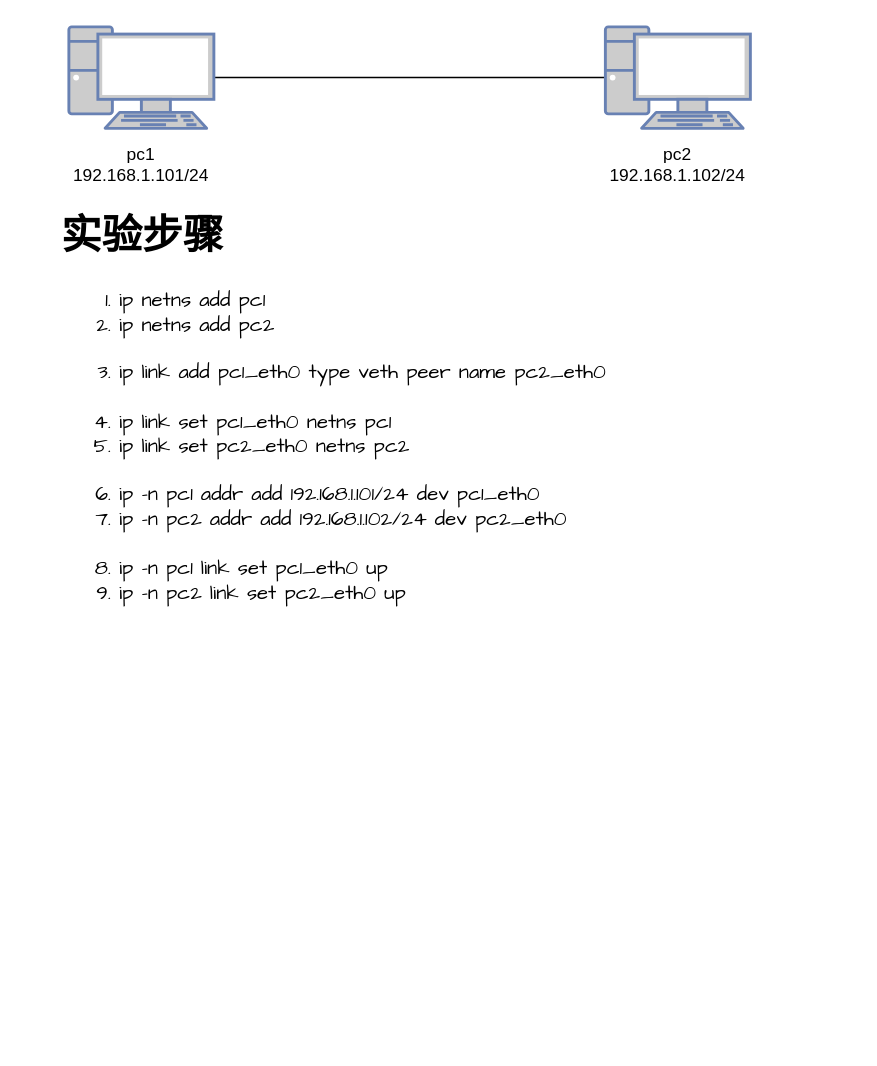
Before: page "direct" (10 of 15) of network_trainning.drawio in garryfan2013/network_trainning, a draw.io diagram. Source tidied: cells renumbered, new cells numbered last; positions are measured from the earlier drawing's top-left corner, leaving out a move shared by most shapes. Both pictures are drawn from the tidied source at 145%, with x=0, y=0 at pixel (54, 26).
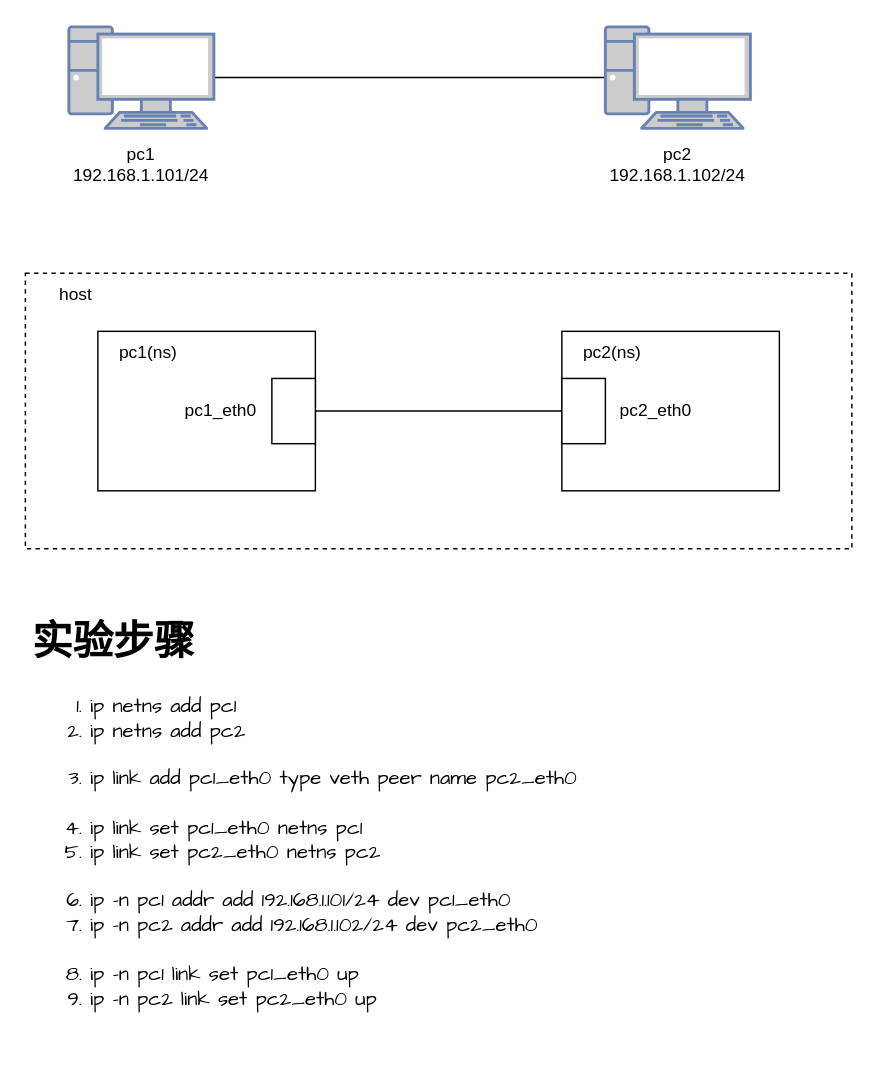
After the change.

The edit, as a diff of the source:
```diff
@@
 <mxGraphModel>
   <root>
     <mxCell id="0" />
     <mxCell id="1" parent="0" />
     <mxCell id="2" style="edgeStyle=entityRelationEdgeStyle;rounded=0;jettySize=auto;html=1;endArrow=none;endFill=0;" parent="1" edge="1" source="3" target="4">
       <mxGeometry relative="1" as="geometry" />
     </mxCell>
     <mxCell id="3" style="fontColor=#0066CC;verticalAlign=top;verticalLabelPosition=bottom;labelPosition=center;align=center;html=1;outlineConnect=0;fillColor=#CCCCCC;strokeColor=#6881B3;gradientColor=none;gradientDirection=north;strokeWidth=2;shape=mxgraph.networks.pc;" parent="1" vertex="1">
       <mxGeometry x="10" width="100" height="70" as="geometry" />
     </mxCell>
     <mxCell id="4" style="fontColor=#0066CC;verticalAlign=top;verticalLabelPosition=bottom;labelPosition=center;align=center;html=1;outlineConnect=0;fillColor=#CCCCCC;strokeColor=#6881B3;gradientColor=none;gradientDirection=north;strokeWidth=2;shape=mxgraph.networks.pc;" parent="1" vertex="1">
       <mxGeometry x="380" width="100" height="70" as="geometry" />
     </mxCell>
     <mxCell id="5" value="pc1&lt;br&gt;192.168.1.101/24" style="text;html=1;strokeColor=none;fillColor=none;align=center;verticalAlign=middle;whiteSpace=wrap;rounded=0;dashed=1;" parent="1" vertex="1">
       <mxGeometry y="80" width="120" height="30" as="geometry" />
     </mxCell>
     <mxCell id="6" value="pc2&lt;br&gt;192.168.1.102/24" style="text;html=1;strokeColor=none;fillColor=none;align=center;verticalAlign=middle;whiteSpace=wrap;rounded=0;dashed=1;" parent="1" vertex="1">
       <mxGeometry x="370" y="80" width="120" height="30" as="geometry" />
     </mxCell>
     <mxCell id="7" value="&lt;h1&gt;实验步骤&lt;/h1&gt;&lt;p&gt;&lt;/p&gt;&lt;ol&gt;&lt;li&gt;ip netns add pc1&lt;/li&gt;&lt;li&gt;ip netns add pc2&lt;br&gt;&lt;br&gt;&lt;/li&gt;&lt;li&gt;ip link add pc1_eth0 type veth peer name pc2_eth0&lt;br&gt;&lt;br&gt;&lt;/li&gt;&lt;li&gt;ip link set pc1_eth0 netns pc1&lt;/li&gt;&lt;li&gt;ip link set pc2_eth0 netns pc2&lt;br&gt;&lt;br&gt;&lt;/li&gt;&lt;li&gt;ip -n pc1 addr add 192.168.1.101/24 dev pc1_eth0&lt;/li&gt;&lt;li&gt;ip -n pc2 addr add 192.168.1.102/24 dev pc2_eth0&lt;br&gt;&lt;br&gt;&lt;/li&gt;&lt;li&gt;ip -n pc1 link set pc1_eth0 up&lt;/li&gt;&lt;li&gt;ip -n pc2 link set pc2_eth0 up&amp;nbsp;&lt;/li&gt;&lt;/ol&gt;&lt;p&gt;&lt;/p&gt;" style="text;html=1;strokeColor=none;fillColor=none;spacing=5;spacingTop=-20;whiteSpace=wrap;overflow=hidden;rounded=0;fontFamily=Comic Sans MS;fontSize=14;" parent="1" vertex="1">
-      <mxGeometry y="120" width="470" height="300" as="geometry" />
+      <mxGeometry x="-20" y="400" width="470" height="300" as="geometry" />
     </mxCell>
+    <mxCell id="8" style="group;" parent="1" vertex="1">
+      <mxGeometry x="-20" y="170" width="570" height="190" as="geometry" />
+    </mxCell>
+    <mxCell id="9" style="rounded=0;whiteSpace=wrap;html=1;fontFamily=Comic Sans MS;fontSize=14;fillColor=none;dashed=1;" parent="8" vertex="1">
+      <mxGeometry width="570" height="190" as="geometry" />
+    </mxCell>
+    <mxCell id="10" style="rounded=0;whiteSpace=wrap;html=1;fontFamily=Comic Sans MS;fontSize=14;" parent="8" vertex="1">
+      <mxGeometry x="50" y="40" width="150" height="110" as="geometry" />
+    </mxCell>
+    <mxCell id="11" style="rounded=0;whiteSpace=wrap;html=1;fontFamily=Comic Sans MS;fontSize=14;" parent="8" vertex="1">
+      <mxGeometry x="170" y="72.5" width="30" height="45" as="geometry" />
+    </mxCell>
+    <mxCell id="12" value="pc1_eth0" style="text;html=1;strokeColor=none;fillColor=none;align=center;verticalAlign=middle;whiteSpace=wrap;rounded=0;dashed=1;" parent="8" vertex="1">
+      <mxGeometry x="100" y="80" width="70" height="30" as="geometry" />
+    </mxCell>
+    <mxCell id="13" value="pc1(ns)" style="text;html=1;strokeColor=none;fillColor=none;align=center;verticalAlign=middle;whiteSpace=wrap;rounded=0;dashed=1;" parent="8" vertex="1">
+      <mxGeometry x="50" y="40" width="70" height="30" as="geometry" />
+    </mxCell>
+    <mxCell id="14" style="rounded=0;whiteSpace=wrap;html=1;fontFamily=Comic Sans MS;fontSize=14;" parent="8" vertex="1">
+      <mxGeometry x="370" y="40" width="150" height="110" as="geometry" />
+    </mxCell>
+    <mxCell id="15" style="rounded=0;whiteSpace=wrap;html=1;fontFamily=Comic Sans MS;fontSize=14;" parent="8" vertex="1">
+      <mxGeometry x="370" y="72.5" width="30" height="45" as="geometry" />
+    </mxCell>
+    <mxCell id="16" value="pc2_eth0" style="text;html=1;strokeColor=none;fillColor=none;align=center;verticalAlign=middle;whiteSpace=wrap;rounded=0;dashed=1;" parent="8" vertex="1">
+      <mxGeometry x="400" y="80" width="70" height="30" as="geometry" />
+    </mxCell>
+    <mxCell id="17" value="pc2(ns)" style="text;html=1;strokeColor=none;fillColor=none;align=center;verticalAlign=middle;whiteSpace=wrap;rounded=0;dashed=1;" parent="8" vertex="1">
+      <mxGeometry x="370" y="40" width="70" height="30" as="geometry" />
+    </mxCell>
+    <mxCell id="18" style="endArrow=none;html=1;rounded=0;fontFamily=Comic Sans MS;fontSize=14;exitX=1;exitY=0.5;exitDx=0;exitDy=0;entryX=0;entryY=0.5;entryDx=0;entryDy=0;" parent="8" edge="1" source="11" target="15">
+      <mxGeometry relative="1" as="geometry" />
+    </mxCell>
+    <mxCell id="19" value="host" style="text;html=1;strokeColor=none;fillColor=none;align=center;verticalAlign=middle;whiteSpace=wrap;rounded=0;dashed=1;" parent="8" vertex="1">
+      <mxGeometry width="70" height="30" as="geometry" />
+    </mxCell>
   </root>
 </mxGraphModel>
```
